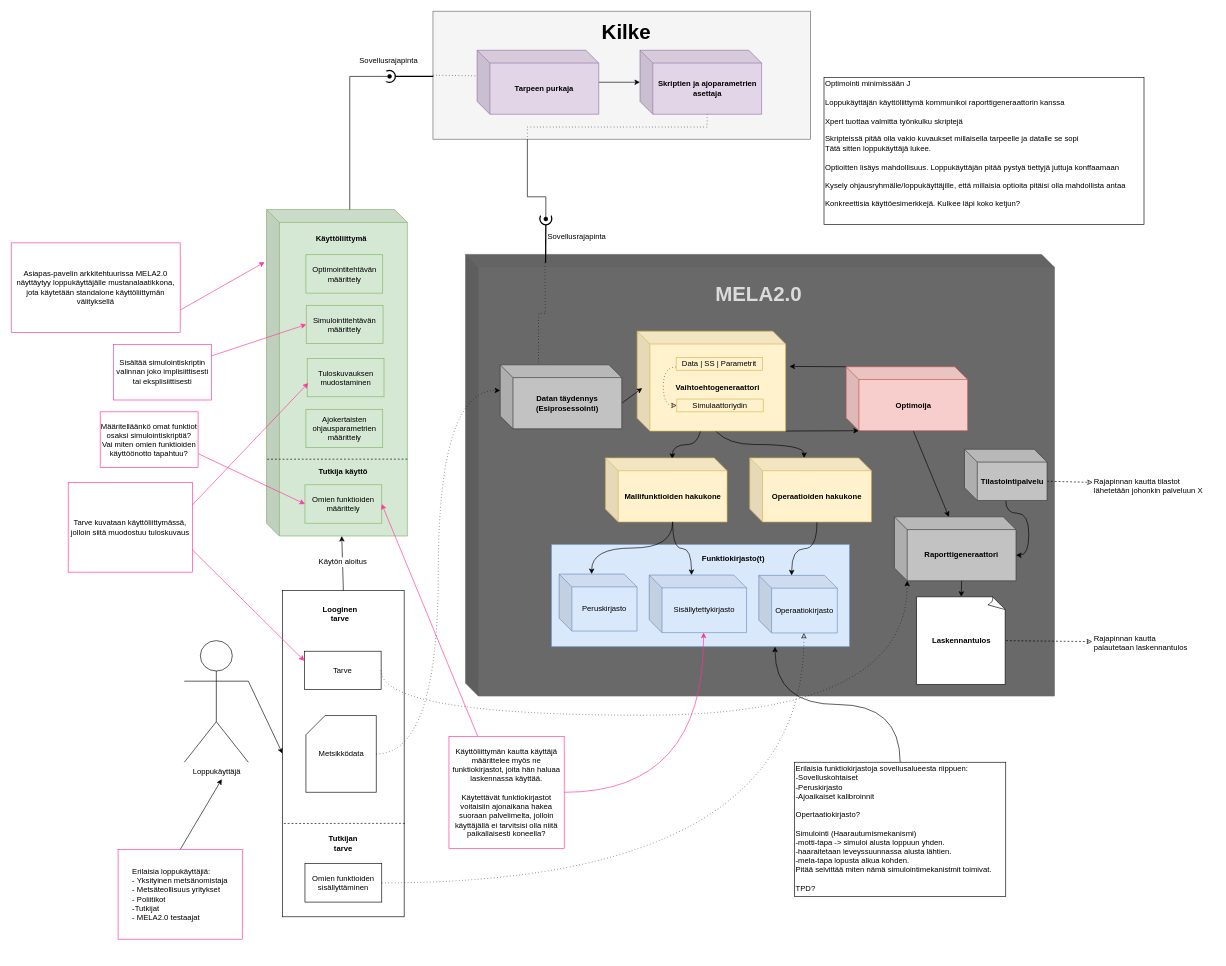
R1pe/MELA2.0-Users keeps this draw.io diagram as Figures/Loppukayttaja.drawio. Above is the earlier version. Source tidied: cells renumbered, new cells numbered last; positions are measured from the earlier drawing's top-left corner, leaving out a move shared by most shapes. Both pictures are drawn from the tidied source at 64%, with x=0, y=0 at pixel (11, 11).
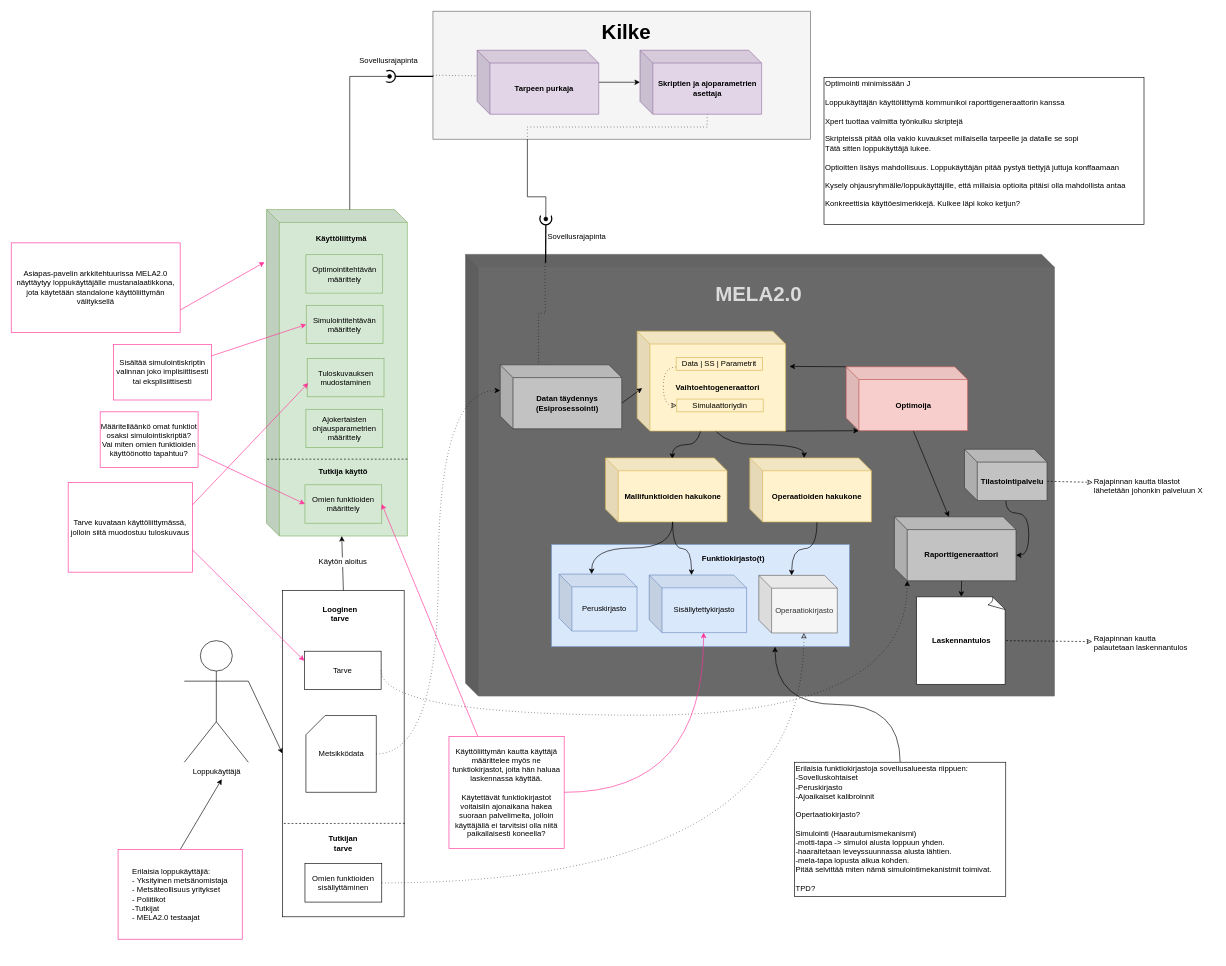
The same diagram, later.

Unchanged cells that the change refers to:
```xml
<mxCell id="64" style="group;" parent="1" vertex="1">
  <mxGeometry x="884" y="833" width="426" height="160" as="geometry" />
</mxCell>
```

The edit, as a diff of the source:
```diff
@@
-    <mxCell id="69" value="Operaatiokirjasto" style="shape=cube;whiteSpace=wrap;html=1;boundedLbl=1;backgroundOutline=1;darkOpacity=0.05;darkOpacity2=0.1;fontSize=12;fillColor=#dae8fc;strokeColor=#6c8ebf;" parent="64" vertex="1">
+    <mxCell id="69" value="Operaatiokirjasto" style="shape=cube;whiteSpace=wrap;html=1;boundedLbl=1;backgroundOutline=1;darkOpacity=0.05;darkOpacity2=0.1;fontSize=12;fillColor=#f5f5f5;strokeColor=#666666;fontColor=#333333;" parent="64" vertex="1">
       <mxGeometry x="284.1" y="48.5" width="122.7" height="90" as="geometry" />
     </mxCell>
```
